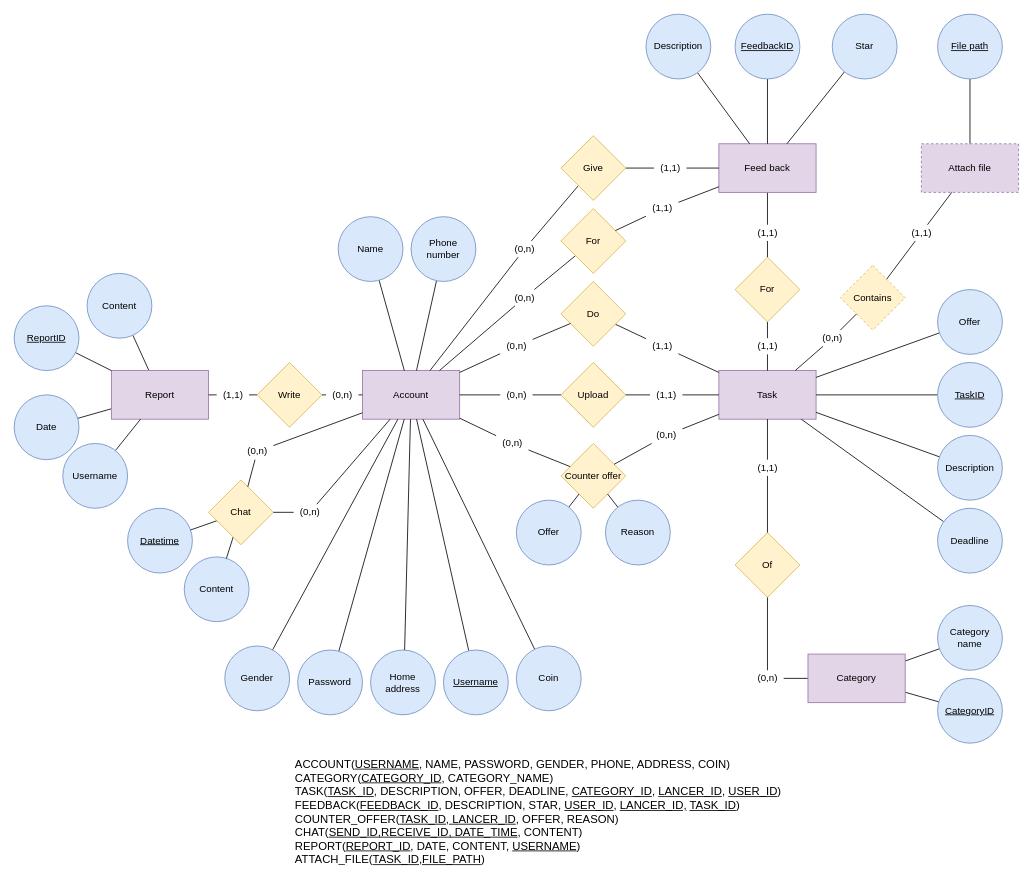
Above: docs/analysis and design/ERD.drawio in phuc16102001/beekey (draw.io), before the change. Source tidied: cells renumbered, new cells numbered last; positions are measured from the earlier drawing's top-left corner, leaving out a move shared by most shapes. Both pictures are drawn from the tidied source at 81%, with x=0, y=0 at pixel (14, 14).
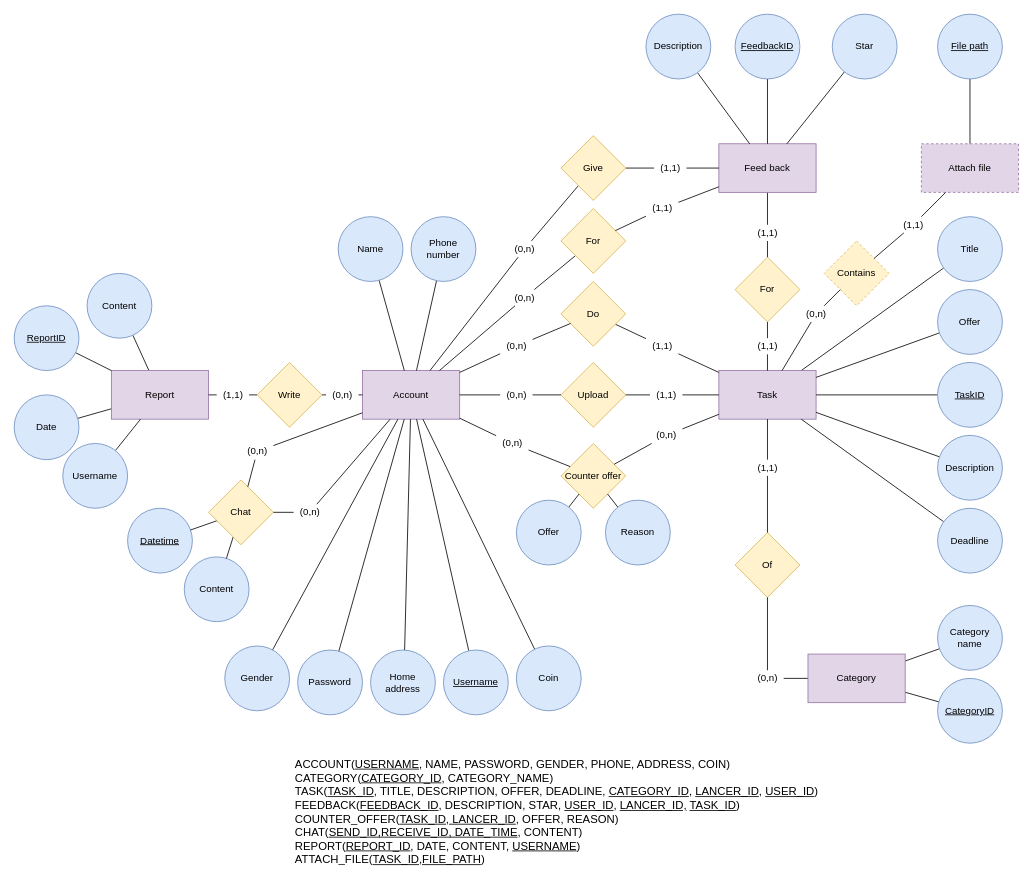
The same page after the edit.

Commit message (it also covers changes not shown here):
Add title field of task to title, create post task API

Unchanged cells that the change refers to:
```xml
<mxCell id="15" value="Task" style="rounded=0;whiteSpace=wrap;html=1;fillColor=#e1d5e7;strokeColor=#9673a6;" parent="1" vertex="1">
  <mxGeometry x="870" y="440" width="120" height="60" as="geometry" />
</mxCell>
```

Change to the diagram source:
```diff
@@
+    <mxCell id="129" style="rounded=0;jettySize=auto;html=1;endArrow=none;endFill=0;" parent="1" edge="1" source="15" target="130">
+      <mxGeometry relative="1" as="geometry" />
+    </mxCell>
@@
-    <mxCell id="65" value="&lt;p style=&quot;font-size: 14px&quot;&gt;&lt;font style=&quot;font-size: 14px&quot;&gt;ACCOUNT(&lt;u&gt;USERNAME&lt;/u&gt;, NAME, PASSWORD, GENDER, PHONE, ADDRESS, COIN)&lt;br&gt;&lt;/font&gt;&lt;font style=&quot;font-size: 14px&quot;&gt;CATEGORY(&lt;u&gt;CATEGORY_ID&lt;/u&gt;, CATEGORY_NAME)&lt;br&gt;&lt;/font&gt;&lt;font style=&quot;font-size: 14px&quot;&gt;TASK(&lt;u&gt;TASK_ID&lt;/u&gt;, DESCRIPTION, OFFER, DEADLINE, &lt;u&gt;CATEGORY_ID&lt;/u&gt;, &lt;u&gt;LANCER_ID&lt;/u&gt;, &lt;u&gt;USER_ID&lt;/u&gt;)&lt;br&gt;&lt;/font&gt;&lt;font style=&quot;font-size: 14px&quot;&gt;FEEDBACK(&lt;u&gt;FEEDBACK_ID&lt;/u&gt;, DESCRIPTION, STAR, &lt;u&gt;USER_ID&lt;/u&gt;, &lt;u&gt;LANCER_ID,&lt;/u&gt; &lt;u&gt;TASK_ID&lt;/u&gt;)&lt;br&gt;&lt;/font&gt;&lt;font style=&quot;font-size: 14px&quot;&gt;COUNTER_OFFER(&lt;u&gt;TASK_ID, LANCER_ID&lt;/u&gt;, OFFER, REASON)&lt;br&gt;&lt;/font&gt;CHAT(&lt;u&gt;SEND_ID,RECEIVE_ID, DATE_TIME&lt;/u&gt;, CONTENT)&lt;br&gt;REPORT(&lt;u&gt;REPORT_ID&lt;/u&gt;, DATE, CONTENT, &lt;u&gt;USERNAME&lt;/u&gt;)&lt;br&gt;ATTACH_FILE(&lt;u style=&quot;font-family: &amp;#34;helvetica&amp;#34; ; white-space: nowrap&quot;&gt;TASK_ID,FILE_PATH&lt;/u&gt;&lt;span style=&quot;font-family: &amp;#34;helvetica&amp;#34; ; white-space: nowrap&quot;&gt;)&lt;/span&gt;&lt;/p&gt;" style="text;html=1;align=left;verticalAlign=middle;" parent="1" vertex="1">
-      <mxGeometry x="345" y="915" width="620" height="140" as="geometry" />
+    <mxCell id="65" value="&lt;p style=&quot;font-size: 14px&quot;&gt;&lt;font style=&quot;font-size: 14px&quot;&gt;ACCOUNT(&lt;u&gt;USERNAME&lt;/u&gt;, NAME, PASSWORD, GENDER, PHONE, ADDRESS, COIN)&lt;br&gt;&lt;/font&gt;&lt;font style=&quot;font-size: 14px&quot;&gt;CATEGORY(&lt;u&gt;CATEGORY_ID&lt;/u&gt;, CATEGORY_NAME)&lt;br&gt;&lt;/font&gt;&lt;font style=&quot;font-size: 14px&quot;&gt;TASK(&lt;u&gt;TASK_ID&lt;/u&gt;, TITLE, DESCRIPTION, OFFER, DEADLINE, &lt;u&gt;CATEGORY_ID&lt;/u&gt;, &lt;u&gt;LANCER_ID&lt;/u&gt;, &lt;u&gt;USER_ID&lt;/u&gt;)&lt;br&gt;&lt;/font&gt;&lt;font style=&quot;font-size: 14px&quot;&gt;FEEDBACK(&lt;u&gt;FEEDBACK_ID&lt;/u&gt;, DESCRIPTION, STAR, &lt;u&gt;USER_ID&lt;/u&gt;, &lt;u&gt;LANCER_ID,&lt;/u&gt; &lt;u&gt;TASK_ID&lt;/u&gt;)&lt;br&gt;&lt;/font&gt;&lt;font style=&quot;font-size: 14px&quot;&gt;COUNTER_OFFER(&lt;u&gt;TASK_ID, LANCER_ID&lt;/u&gt;, OFFER, REASON)&lt;br&gt;&lt;/font&gt;CHAT(&lt;u&gt;SEND_ID,RECEIVE_ID, DATE_TIME&lt;/u&gt;, CONTENT)&lt;br&gt;REPORT(&lt;u&gt;REPORT_ID&lt;/u&gt;, DATE, CONTENT, &lt;u&gt;USERNAME&lt;/u&gt;)&lt;br&gt;ATTACH_FILE(&lt;u style=&quot;font-family: &amp;#34;helvetica&amp;#34; ; white-space: nowrap&quot;&gt;TASK_ID,FILE_PATH&lt;/u&gt;&lt;span style=&quot;font-family: &amp;#34;helvetica&amp;#34; ; white-space: nowrap&quot;&gt;)&lt;/span&gt;&lt;/p&gt;" style="text;html=1;align=left;verticalAlign=middle;" parent="1" vertex="1">
+      <mxGeometry x="345" y="915" width="660" height="140" as="geometry" />
     </mxCell>
@@
     <mxCell id="77" value="Contains" style="rhombus;whiteSpace=wrap;html=1;fillColor=#fff2cc;strokeColor=#d6b656;dashed=1;" parent="1" vertex="1">
-      <mxGeometry x="1020" y="310" width="80" height="80" as="geometry" />
+      <mxGeometry x="1000" y="280" width="80" height="80" as="geometry" />
     </mxCell>
@@
     <mxCell id="101" value="(0,n)" style="text;html=1;align=center;verticalAlign=middle;points=[];" parent="1" vertex="1">
-      <mxGeometry x="990" y="390" width="40" height="20" as="geometry" />
+      <mxGeometry x="970" y="360" width="40" height="20" as="geometry" />
     </mxCell>
@@
     <mxCell id="103" value="(1,1)" style="text;html=1;align=center;verticalAlign=middle;points=[];" parent="1" vertex="1">
-      <mxGeometry x="1100" y="260" width="40" height="20" as="geometry" />
+      <mxGeometry x="1090" y="250" width="40" height="20" as="geometry" />
     </mxCell>
@@
+    <mxCell id="130" value="Title" style="ellipse;whiteSpace=wrap;html=1;fillColor=#dae8fc;strokeColor=#6c8ebf;" parent="1" vertex="1">
+      <mxGeometry x="1140" y="250" width="80" height="80" as="geometry" />
+    </mxCell>
```
